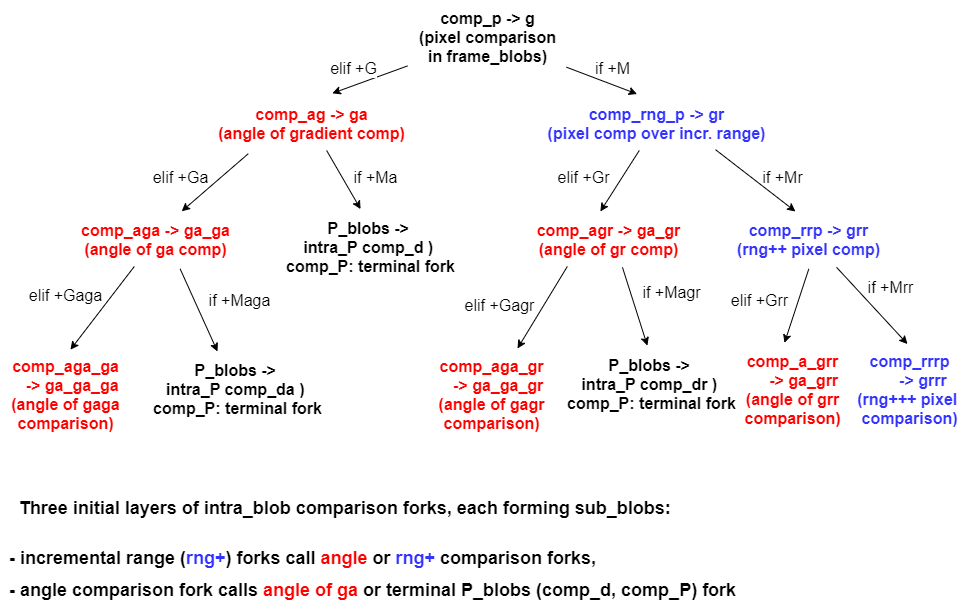
The draw.io diagram frame_2D_alg/Illustrations/intra_blob_scheme.png in boris-kz/CogAlg, before a commit. Source tidied: cells renumbered, new cells last; positions are measured from the earlier drawing's top-left corner, leaving out a move shared by most shapes.
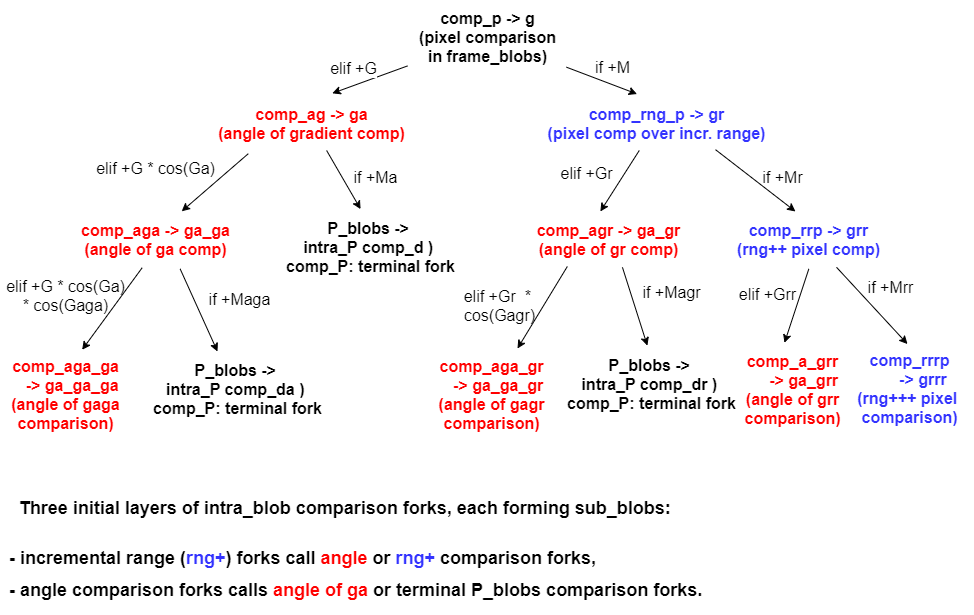
After the change.

Commit message:
Various edits, with Chee. Intra_blob is work-in-progress, we probably need generic sub_eval() for comp_r and comp_a forks

What changed in the source:
```diff
@@ -46,7 +46,7 @@
     <mxCell id="15" value="&lt;font style=&quot;font-size: 16px&quot;&gt;&lt;b style=&quot;font-size: 16px&quot;&gt;&lt;span style=&quot;font-size: 16px ; background-color: rgb(255 , 255 , 255)&quot;&gt;&lt;font color=&quot;#3333ff&quot;&gt;comp_rrp -&amp;gt; grr&lt;br style=&quot;font-size: 16px&quot;&gt;(&lt;/font&gt;&lt;/span&gt;&lt;/b&gt;&lt;b&gt;&lt;span style=&quot;background-color: rgb(255 , 255 , 255)&quot;&gt;&lt;font color=&quot;#3333ff&quot;&gt;rng++&amp;nbsp;&lt;/font&gt;&lt;/span&gt;&lt;/b&gt;&lt;b style=&quot;font-size: 16px&quot;&gt;&lt;span style=&quot;font-size: 16px ; background-color: rgb(255 , 255 , 255)&quot;&gt;&lt;font color=&quot;#3333ff&quot;&gt;pixel comp)&lt;/font&gt;&lt;/span&gt;&lt;br style=&quot;font-size: 16px&quot;&gt;&lt;/b&gt;&lt;/font&gt;" style="text;html=1;align=center;verticalAlign=middle;points=[];strokeWidth=1;fontSize=16;fontColor=#000000;spacing=6;" parent="1" vertex="1">
       <mxGeometry x="725" y="212" width="165" height="54" as="geometry" />
     </mxCell>
-    <mxCell id="16" style="endArrow=classic;html=1;strokeWidth=1;fontSize=16;fontColor=#000000;spacing=6;entryX=0.538;entryY=0.015;entryDx=0;entryDy=0;entryPerimeter=0;" parent="1" edge="1" source="9" target="17">
+    <mxCell id="16" style="endArrow=classic;html=1;strokeWidth=1;fontSize=16;fontColor=#000000;spacing=6;entryX=0.628;entryY=0.016;entryDx=0;entryDy=0;entryPerimeter=0;exitX=0.425;exitY=1.023;exitDx=0;exitDy=0;exitPerimeter=0;" parent="1" edge="1" source="9" target="17">
       <mxGeometry relative="1" as="geometry" />
     </mxCell>
     <mxCell id="17" value="&lt;b style=&quot;font-size: 16px&quot;&gt;&lt;font style=&quot;font-size: 16px&quot;&gt;&lt;span style=&quot;font-size: 16px ; background-color: rgb(255 , 255 , 255)&quot;&gt;&lt;font color=&quot;#ff0000&quot;&gt;comp_aga_ga&lt;br&gt;&amp;nbsp; &amp;nbsp;-&amp;gt; ga_ga_ga&lt;br style=&quot;font-size: 16px&quot;&gt;(angle of gaga&lt;br&gt;comparison)&lt;/font&gt;&lt;/span&gt;&lt;br style=&quot;font-size: 16px&quot;&gt;&lt;/font&gt;&lt;/b&gt;" style="text;html=1;align=center;verticalAlign=middle;points=[];fontSize=16;fontColor=#000000;spacing=6;spacingTop=0;" parent="1" vertex="1">
@@ -86,38 +86,38 @@
     <mxCell id="27" value="&lt;b style=&quot;font-size: 16px&quot;&gt;&lt;font style=&quot;font-size: 16px&quot;&gt;&lt;span style=&quot;font-size: 16px ; background-color: rgb(255 , 255 , 255)&quot;&gt;&lt;font color=&quot;#3333ff&quot;&gt;comp_rrrp&lt;br&gt;&amp;nbsp; &amp;nbsp; &amp;nbsp; -&amp;gt; grrr&lt;br style=&quot;font-size: 16px&quot;&gt;(&lt;/font&gt;&lt;/span&gt;&lt;/font&gt;&lt;/b&gt;&lt;b&gt;&lt;span style=&quot;background-color: rgb(255 , 255 , 255)&quot;&gt;&lt;font color=&quot;#3333ff&quot;&gt;rng+++&amp;nbsp;&lt;/font&gt;&lt;/span&gt;&lt;/b&gt;&lt;b style=&quot;font-size: 16px&quot;&gt;&lt;font style=&quot;font-size: 16px&quot;&gt;&lt;span style=&quot;font-size: 16px ; background-color: rgb(255 , 255 , 255)&quot;&gt;&lt;font color=&quot;#3333ff&quot;&gt;pixel&amp;nbsp;&lt;br&gt;comparison)&lt;br style=&quot;font-size: 16px&quot;&gt;&lt;/font&gt;&lt;/span&gt;&lt;br style=&quot;font-size: 16px&quot;&gt;&lt;/font&gt;&lt;/b&gt;" style="text;html=1;align=center;verticalAlign=middle;points=[];strokeWidth=1;fontSize=16;fontColor=#000000;spacing=6;" parent="1" vertex="1">
       <mxGeometry x="846" y="343" width="126" height="111" as="geometry" />
     </mxCell>
-    <mxCell id="28" value="&lt;p style=&quot;font-size: 18px&quot;&gt;&lt;b&gt;&lt;font style=&quot;font-size: 17px ; line-height: 180%&quot;&gt;&amp;nbsp;&lt;/font&gt;&lt;font style=&quot;line-height: 180% ; font-size: 18px&quot;&gt;&amp;nbsp;Three initial layers of intra_blob comparison forks, each forming sub_blobs:&lt;/font&gt;&lt;/b&gt;&lt;/p&gt;&lt;b style=&quot;font-size: 18px&quot;&gt;&lt;font style=&quot;line-height: 180% ; font-size: 18px&quot;&gt;- incremental range (&lt;font color=&quot;#3333ff&quot;&gt;rng+&lt;/font&gt;)&amp;nbsp;forks call&amp;nbsp;&lt;font style=&quot;background-color: rgb(255 , 255 , 255)&quot; color=&quot;#ff0000&quot;&gt;angle&amp;nbsp;&lt;/font&gt;or&amp;nbsp;&lt;span style=&quot;background-color: rgb(255 , 255 , 255)&quot;&gt;&lt;font color=&quot;#3333ff&quot;&gt;rng+&lt;/font&gt;&lt;/span&gt;&lt;span style=&quot;background-color: rgb(255 , 255 , 255)&quot;&gt;&lt;span&gt;&amp;nbsp;comparison forks,&lt;br&gt;&lt;/span&gt;&lt;/span&gt;- angle comparison fork calls&amp;nbsp;&lt;font color=&quot;#ff0000&quot; style=&quot;background-color: rgb(255 , 255 , 255)&quot;&gt;angle of ga&lt;/font&gt;&amp;nbsp;or terminal P_blobs (comp_d, comp_P) fork&lt;/font&gt;&lt;/b&gt;" style="text;html=1;align=left;verticalAlign=middle;fontSize=16;fontColor=#000000;spacing=6;" parent="1" vertex="1">
-      <mxGeometry x="3" y="465" width="749" height="148" as="geometry" />
+    <mxCell id="28" value="&lt;p style=&quot;font-size: 18px&quot;&gt;&lt;b&gt;&lt;font style=&quot;font-size: 17px ; line-height: 180%&quot;&gt;&amp;nbsp;&lt;/font&gt;&lt;font style=&quot;line-height: 180% ; font-size: 18px&quot;&gt;&amp;nbsp;Three initial layers of intra_blob comparison forks, each forming sub_blobs:&lt;/font&gt;&lt;/b&gt;&lt;/p&gt;&lt;b style=&quot;font-size: 18px&quot;&gt;&lt;font style=&quot;line-height: 180% ; font-size: 18px&quot;&gt;- incremental range (&lt;font color=&quot;#3333ff&quot;&gt;rng+&lt;/font&gt;)&amp;nbsp;forks call&amp;nbsp;&lt;font style=&quot;background-color: rgb(255 , 255 , 255)&quot; color=&quot;#ff0000&quot;&gt;angle&amp;nbsp;&lt;/font&gt;or&amp;nbsp;&lt;span style=&quot;background-color: rgb(255 , 255 , 255)&quot;&gt;&lt;font color=&quot;#3333ff&quot;&gt;rng+&lt;/font&gt;&lt;/span&gt;&lt;span style=&quot;background-color: rgb(255 , 255 , 255)&quot;&gt;&lt;span&gt;&amp;nbsp;comparison forks,&lt;br&gt;&lt;/span&gt;&lt;/span&gt;- angle comparison forks calls&amp;nbsp;&lt;font color=&quot;#ff0000&quot; style=&quot;background-color: rgb(255 , 255 , 255)&quot;&gt;angle of ga&lt;/font&gt;&amp;nbsp;or terminal P_blobs comparison forks.&lt;/font&gt;&lt;/b&gt;" style="text;html=1;align=left;verticalAlign=middle;fontSize=16;fontColor=#000000;spacing=6;" parent="1" vertex="1">
+      <mxGeometry x="3" y="465" width="715" height="148" as="geometry" />
     </mxCell>
     <mxCell id="29" value="if +M" style="text;html=1;align=center;verticalAlign=middle;fontSize=16;" parent="1" vertex="1">
       <mxGeometry x="589" y="56" width="45" height="23" as="geometry" />
     </mxCell>
-    <mxCell id="30" value="elif +Ga" style="text;html=1;align=center;verticalAlign=middle;fontSize=16;" parent="1" vertex="1">
-      <mxGeometry x="147" y="165" width="66" height="23" as="geometry" />
+    <mxCell id="30" value="elif +G * cos(Ga)" style="text;html=1;align=center;verticalAlign=middle;fontSize=16;" parent="1" vertex="1">
+      <mxGeometry x="90" y="157" width="129" height="23" as="geometry" />
     </mxCell>
     <mxCell id="31" value="if +Ma" style="text;html=1;align=center;verticalAlign=middle;fontSize=16;" parent="1" vertex="1">
       <mxGeometry x="348" y="165" width="54" height="23" as="geometry" />
     </mxCell>
     <mxCell id="32" value="elif +Gr" style="text;html=1;align=center;verticalAlign=middle;fontSize=16;" parent="1" vertex="1">
-      <mxGeometry x="552" y="165" width="62" height="23" as="geometry" />
+      <mxGeometry x="555" y="162" width="62" height="23" as="geometry" />
     </mxCell>
     <mxCell id="33" value="if +Mr" style="text;html=1;align=center;verticalAlign=middle;fontSize=16;" parent="1" vertex="1">
       <mxGeometry x="757" y="165" width="50" height="23" as="geometry" />
     </mxCell>
-    <mxCell id="34" value="elif +Gaga" style="text;html=1;align=center;verticalAlign=middle;fontSize=16;" parent="1" vertex="1">
-      <mxGeometry x="23.5" y="283" width="83" height="23" as="geometry" />
+    <mxCell id="34" value="elif +G * cos(Ga)&lt;br&gt;* cos(Gaga)" style="text;html=1;align=center;verticalAlign=middle;fontSize=16;" parent="1" vertex="1">
+      <mxGeometry x="0.5" y="274" width="129" height="42" as="geometry" />
     </mxCell>
     <mxCell id="35" value="if +Maga" style="text;html=1;align=center;verticalAlign=middle;fontSize=16;" parent="1" vertex="1">
       <mxGeometry x="202.5" y="288" width="72" height="23" as="geometry" />
     </mxCell>
-    <mxCell id="36" value="elif +Gagr" style="text;html=1;align=center;verticalAlign=middle;fontSize=16;" parent="1" vertex="1">
-      <mxGeometry x="459" y="293" width="80" height="23" as="geometry" />
+    <mxCell id="36" value="elif +Gr&amp;nbsp;&amp;nbsp;* &lt;br&gt;cos(Gagr)" style="text;html=1;align=center;verticalAlign=middle;fontSize=16;" parent="1" vertex="1">
+      <mxGeometry x="459" y="284" width="81" height="42" as="geometry" />
     </mxCell>
     <mxCell id="37" value="if +Magr" style="text;html=1;align=center;verticalAlign=middle;fontSize=16;" parent="1" vertex="1">
       <mxGeometry x="637" y="280" width="68" height="23" as="geometry" />
     </mxCell>
     <mxCell id="38" value="elif +Grr" style="text;html=1;align=center;verticalAlign=middle;fontSize=16;" parent="1" vertex="1">
-      <mxGeometry x="725" y="288" width="67" height="23" as="geometry" />
+      <mxGeometry x="733" y="283" width="67" height="23" as="geometry" />
     </mxCell>
     <mxCell id="39" value="if +Mrr" style="text;html=1;align=center;verticalAlign=middle;fontSize=16;" parent="1" vertex="1">
       <mxGeometry x="862" y="275" width="56" height="23" as="geometry" />
```
